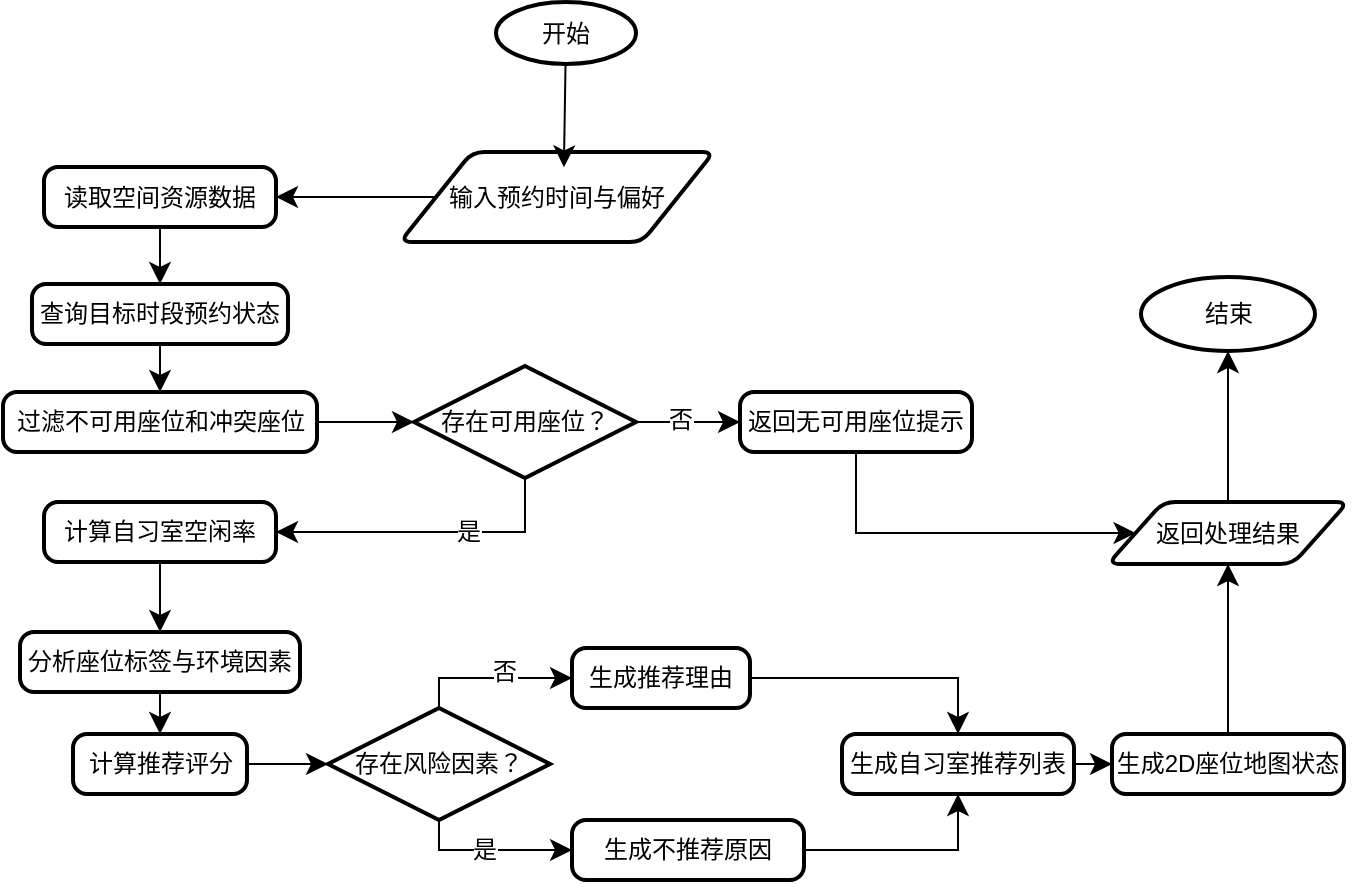
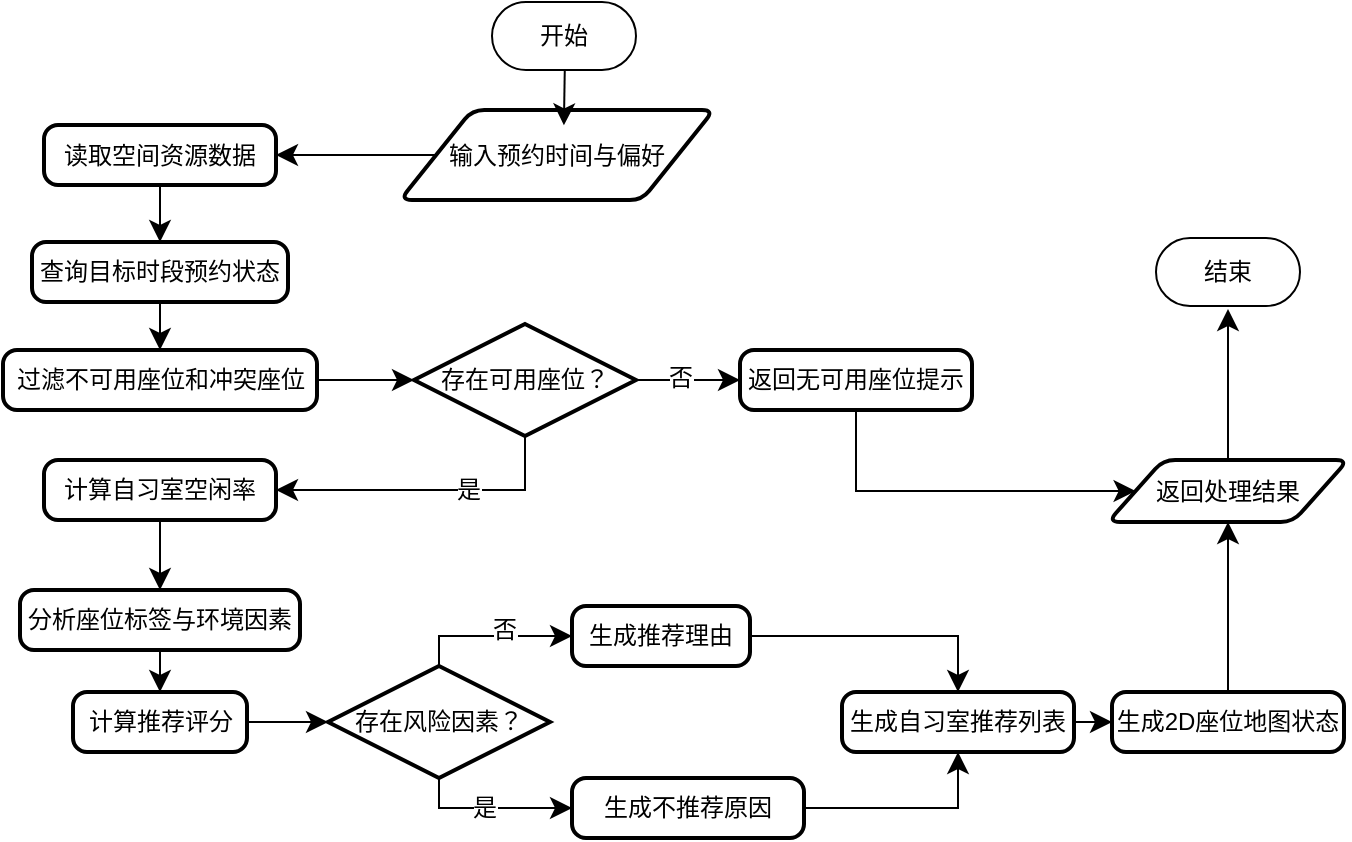
<mxfile host="app.diagrams.net">
  <diagram name="Page-1" id="vI9Sa71DtbXqG241ujqs">
-     <mxGraphModel dx="1226" dy="1658" grid="0" gridSize="10" guides="1" tooltips="1" connect="1" arrows="1" fold="1" page="0" pageScale="1" pageWidth="827" pageHeight="1169" math="0" shadow="0">
+     <mxGraphModel dx="1221" dy="980" grid="0" gridSize="10" guides="1" tooltips="1" connect="1" arrows="1" fold="1" page="0" pageScale="1" pageWidth="827" pageHeight="1169" math="0" shadow="0">
      <root>
        <mxCell id="0" />
        <mxCell id="1" parent="0" />
-         <mxCell id="TaZQv7JUgFFaDRqkGOOD-1" parent="1" style="strokeWidth=2;html=1;shape=mxgraph.flowchart.start_1;whiteSpace=wrap;" value="开始" vertex="1">
-           <mxGeometry height="31" width="70" x="86" y="-30" as="geometry" />
-         </mxCell>
        <mxCell id="TaZQv7JUgFFaDRqkGOOD-36" edge="1" parent="1" source="TaZQv7JUgFFaDRqkGOOD-2" style="edgeStyle=none;curved=1;rounded=0;orthogonalLoop=1;jettySize=auto;html=1;entryX=1;entryY=0.5;entryDx=0;entryDy=0;fontSize=12;startSize=8;endSize=8;" target="TaZQv7JUgFFaDRqkGOOD-3">
          <mxGeometry relative="1" as="geometry" />
        </mxCell>
        <mxCell id="TaZQv7JUgFFaDRqkGOOD-2" parent="1" style="shape=parallelogram;html=1;strokeWidth=2;perimeter=parallelogramPerimeter;whiteSpace=wrap;rounded=1;arcSize=12;size=0.23;" value="输入预约时间与偏好" vertex="1">
          <mxGeometry height="45" width="157" x="38" y="45" as="geometry" />
        </mxCell>
        <mxCell id="TaZQv7JUgFFaDRqkGOOD-39" edge="1" parent="1" source="TaZQv7JUgFFaDRqkGOOD-3" style="edgeStyle=none;curved=1;rounded=0;orthogonalLoop=1;jettySize=auto;html=1;fontSize=12;startSize=8;endSize=8;" target="TaZQv7JUgFFaDRqkGOOD-4">
          <mxGeometry relative="1" as="geometry" />
        </mxCell>
        <mxCell id="TaZQv7JUgFFaDRqkGOOD-3" parent="1" style="rounded=1;whiteSpace=wrap;html=1;absoluteArcSize=1;arcSize=14;strokeWidth=2;" value="读取空间资源数据" vertex="1">
          <mxGeometry height="30" width="116" x="-140" y="52.5" as="geometry" />
        </mxCell>
        <mxCell id="TaZQv7JUgFFaDRqkGOOD-4" parent="1" style="rounded=1;whiteSpace=wrap;html=1;absoluteArcSize=1;arcSize=14;strokeWidth=2;" value="查询目标时段预约状态" vertex="1">
          <mxGeometry height="30" width="128" x="-146" y="111" as="geometry" />
        </mxCell>
        <mxCell id="TaZQv7JUgFFaDRqkGOOD-5" parent="1" style="rounded=1;whiteSpace=wrap;html=1;absoluteArcSize=1;arcSize=14;strokeWidth=2;" value="过滤不可用座位和冲突座位" vertex="1">
          <mxGeometry height="30" width="157" x="-160.5" y="165" as="geometry" />
        </mxCell>
        <mxCell id="TaZQv7JUgFFaDRqkGOOD-42" edge="1" parent="1" source="TaZQv7JUgFFaDRqkGOOD-6" style="edgeStyle=orthogonalEdgeStyle;rounded=0;orthogonalLoop=1;jettySize=auto;html=1;entryX=1;entryY=0.5;entryDx=0;entryDy=0;fontSize=12;startSize=8;endSize=8;exitX=0.5;exitY=1;exitDx=0;exitDy=0;exitPerimeter=0;" target="TaZQv7JUgFFaDRqkGOOD-8">
          <mxGeometry relative="1" as="geometry" />
        </mxCell>
        <mxCell id="TaZQv7JUgFFaDRqkGOOD-45" connectable="0" parent="TaZQv7JUgFFaDRqkGOOD-42" style="edgeLabel;html=1;align=center;verticalAlign=middle;resizable=0;points=[];fontSize=12;" value="是" vertex="1">
          <mxGeometry relative="1" x="-0.3377" y="3" as="geometry">
            <mxPoint x="-6" y="-3" as="offset" />
          </mxGeometry>
        </mxCell>
        <mxCell id="TaZQv7JUgFFaDRqkGOOD-43" edge="1" parent="1" source="TaZQv7JUgFFaDRqkGOOD-6" style="edgeStyle=none;curved=1;rounded=0;orthogonalLoop=1;jettySize=auto;html=1;entryX=0;entryY=0.5;entryDx=0;entryDy=0;fontSize=12;startSize=8;endSize=8;" target="TaZQv7JUgFFaDRqkGOOD-7">
          <mxGeometry relative="1" as="geometry" />
        </mxCell>
        <mxCell id="TaZQv7JUgFFaDRqkGOOD-44" connectable="0" parent="TaZQv7JUgFFaDRqkGOOD-43" style="edgeLabel;html=1;align=center;verticalAlign=middle;resizable=0;points=[];fontSize=12;" value="否" vertex="1">
          <mxGeometry relative="1" x="-0.1795" y="1" as="geometry">
            <mxPoint as="offset" />
          </mxGeometry>
        </mxCell>
        <mxCell id="TaZQv7JUgFFaDRqkGOOD-6" parent="1" style="strokeWidth=2;html=1;shape=mxgraph.flowchart.decision;whiteSpace=wrap;" value="存在可用座位？" vertex="1">
          <mxGeometry height="56" width="111" x="45" y="152" as="geometry" />
        </mxCell>
        <mxCell id="TaZQv7JUgFFaDRqkGOOD-61" edge="1" parent="1" source="TaZQv7JUgFFaDRqkGOOD-7" style="edgeStyle=orthogonalEdgeStyle;rounded=0;orthogonalLoop=1;jettySize=auto;html=1;entryX=0;entryY=0.5;entryDx=0;entryDy=0;fontSize=12;startSize=8;endSize=8;exitX=0.5;exitY=1;exitDx=0;exitDy=0;" target="TaZQv7JUgFFaDRqkGOOD-17">
          <mxGeometry relative="1" as="geometry">
            <Array as="points">
              <mxPoint x="266" y="236" />
            </Array>
          </mxGeometry>
        </mxCell>
        <mxCell id="TaZQv7JUgFFaDRqkGOOD-7" parent="1" style="rounded=1;whiteSpace=wrap;html=1;absoluteArcSize=1;arcSize=14;strokeWidth=2;" value="返回无可用座位提示&lt;span style=&quot;color: rgba(0, 0, 0, 0); font-family: monospace; font-size: 0px; text-align: start; white-space: nowrap;&quot;&gt;%3CmxGraphModel%3E%3Croot%3E%3CmxCell%20id%3D%220%22%2F%3E%3CmxCell%20id%3D%221%22%20parent%3D%220%22%2F%3E%3CmxCell%20id%3D%222%22%20parent%3D%221%22%20style%3D%22rounded%3D1%3BwhiteSpace%3Dwrap%3Bhtml%3D1%3BabsoluteArcSize%3D1%3BarcSize%3D14%3BstrokeWidth%3D2%3B%22%20value%3D%22%E8%AF%BB%E5%8F%96%E7%A9%BA%E9%97%B4%E8%B5%84%E6%BA%90%E6%95%B0%E6%8D%AE%22%20vertex%3D%221%22%3E%3CmxGeometry%20height%3D%2230%22%20width%3D%22116%22%20x%3D%2256%22%20y%3D%22126%22%20as%3D%22geometry%22%2F%3E%3C%2FmxCell%3E%3C%2Froot%3E%3C%2FmxGraphModel%3E&lt;/span&gt;" vertex="1">
          <mxGeometry height="30" width="116" x="208" y="165" as="geometry" />
        </mxCell>
        <mxCell id="TaZQv7JUgFFaDRqkGOOD-46" edge="1" parent="1" source="TaZQv7JUgFFaDRqkGOOD-8" style="edgeStyle=none;curved=1;rounded=0;orthogonalLoop=1;jettySize=auto;html=1;fontSize=12;startSize=8;endSize=8;" target="TaZQv7JUgFFaDRqkGOOD-9">
          <mxGeometry relative="1" as="geometry" />
        </mxCell>
        <mxCell id="TaZQv7JUgFFaDRqkGOOD-8" parent="1" style="rounded=1;whiteSpace=wrap;html=1;absoluteArcSize=1;arcSize=14;strokeWidth=2;" value="计算自习室空闲率" vertex="1">
          <mxGeometry height="30" width="116" x="-140" y="220" as="geometry" />
        </mxCell>
        <mxCell id="TaZQv7JUgFFaDRqkGOOD-9" parent="1" style="rounded=1;whiteSpace=wrap;html=1;absoluteArcSize=1;arcSize=14;strokeWidth=2;" value="分析座位标签与环境因素" vertex="1">
          <mxGeometry height="30" width="140" x="-152" y="285" as="geometry" />
        </mxCell>
        <mxCell id="TaZQv7JUgFFaDRqkGOOD-10" parent="1" style="rounded=1;whiteSpace=wrap;html=1;absoluteArcSize=1;arcSize=14;strokeWidth=2;" value="计算推荐评分" vertex="1">
          <mxGeometry height="30" width="87" x="-125.5" y="336" as="geometry" />
        </mxCell>
        <mxCell id="TaZQv7JUgFFaDRqkGOOD-11" parent="1" style="strokeWidth=2;html=1;shape=mxgraph.flowchart.decision;whiteSpace=wrap;" value="存在风险因素？" vertex="1">
          <mxGeometry height="56" width="111" x="2" y="323" as="geometry" />
        </mxCell>
        <mxCell id="TaZQv7JUgFFaDRqkGOOD-57" edge="1" parent="1" source="TaZQv7JUgFFaDRqkGOOD-12" style="edgeStyle=orthogonalEdgeStyle;rounded=0;orthogonalLoop=1;jettySize=auto;html=1;entryX=0.5;entryY=1;entryDx=0;entryDy=0;fontSize=12;startSize=8;endSize=8;" target="TaZQv7JUgFFaDRqkGOOD-14">
          <mxGeometry relative="1" as="geometry" />
        </mxCell>
        <mxCell id="TaZQv7JUgFFaDRqkGOOD-12" parent="1" style="rounded=1;whiteSpace=wrap;html=1;absoluteArcSize=1;arcSize=14;strokeWidth=2;" value="生成不推荐原因" vertex="1">
          <mxGeometry height="30" width="116" x="124" y="379" as="geometry" />
        </mxCell>
        <mxCell id="TaZQv7JUgFFaDRqkGOOD-56" edge="1" parent="1" source="TaZQv7JUgFFaDRqkGOOD-13" style="edgeStyle=orthogonalEdgeStyle;rounded=0;orthogonalLoop=1;jettySize=auto;html=1;entryX=0.5;entryY=0;entryDx=0;entryDy=0;fontSize=12;startSize=8;endSize=8;" target="TaZQv7JUgFFaDRqkGOOD-14">
          <mxGeometry relative="1" as="geometry" />
        </mxCell>
        <mxCell id="TaZQv7JUgFFaDRqkGOOD-13" parent="1" style="rounded=1;whiteSpace=wrap;html=1;absoluteArcSize=1;arcSize=14;strokeWidth=2;" value="生成推荐理由" vertex="1">
          <mxGeometry height="30" width="89" x="124" y="293" as="geometry" />
        </mxCell>
        <mxCell id="TaZQv7JUgFFaDRqkGOOD-58" edge="1" parent="1" source="TaZQv7JUgFFaDRqkGOOD-14" style="edgeStyle=none;curved=1;rounded=0;orthogonalLoop=1;jettySize=auto;html=1;exitX=1;exitY=0.5;exitDx=0;exitDy=0;entryX=0;entryY=0.5;entryDx=0;entryDy=0;fontSize=12;startSize=8;endSize=8;" target="TaZQv7JUgFFaDRqkGOOD-15">
          <mxGeometry relative="1" as="geometry" />
        </mxCell>
        <mxCell id="TaZQv7JUgFFaDRqkGOOD-14" parent="1" style="rounded=1;whiteSpace=wrap;html=1;absoluteArcSize=1;arcSize=14;strokeWidth=2;" value="生成自习室推荐列表" vertex="1">
          <mxGeometry height="30" width="116" x="259" y="336" as="geometry" />
        </mxCell>
        <mxCell id="TaZQv7JUgFFaDRqkGOOD-59" edge="1" parent="1" source="TaZQv7JUgFFaDRqkGOOD-15" style="edgeStyle=none;curved=1;rounded=0;orthogonalLoop=1;jettySize=auto;html=1;exitX=0.5;exitY=0;exitDx=0;exitDy=0;fontSize=12;startSize=8;endSize=8;" target="TaZQv7JUgFFaDRqkGOOD-17">
          <mxGeometry relative="1" as="geometry" />
        </mxCell>
        <mxCell id="TaZQv7JUgFFaDRqkGOOD-15" parent="1" style="rounded=1;whiteSpace=wrap;html=1;absoluteArcSize=1;arcSize=14;strokeWidth=2;" value="生成2D座位地图状态" vertex="1">
          <mxGeometry height="30" width="116" x="394" y="336" as="geometry" />
        </mxCell>
-         <mxCell id="TaZQv7JUgFFaDRqkGOOD-60" edge="1" parent="1" source="TaZQv7JUgFFaDRqkGOOD-17" style="edgeStyle=none;curved=1;rounded=0;orthogonalLoop=1;jettySize=auto;html=1;exitX=0.5;exitY=0;exitDx=0;exitDy=0;fontSize=12;startSize=8;endSize=8;" target="TaZQv7JUgFFaDRqkGOOD-18">
-           <mxGeometry relative="1" as="geometry" />
+         <mxCell id="TaZQv7JUgFFaDRqkGOOD-60" edge="1" parent="1" source="TaZQv7JUgFFaDRqkGOOD-17" style="edgeStyle=none;curved=1;rounded=0;orthogonalLoop=1;jettySize=auto;html=1;exitX=0.5;exitY=0;exitDx=0;exitDy=0;fontSize=12;startSize=8;endSize=8;">
+           <mxGeometry relative="1" as="geometry">
+             <mxPoint x="452" y="144.5" as="targetPoint" />
+           </mxGeometry>
        </mxCell>
        <mxCell id="TaZQv7JUgFFaDRqkGOOD-17" parent="1" style="shape=parallelogram;html=1;strokeWidth=2;perimeter=parallelogramPerimeter;whiteSpace=wrap;rounded=1;arcSize=12;size=0.23;" value="返回处理结果" vertex="1">
          <mxGeometry height="31" width="120" x="392" y="220" as="geometry" />
        </mxCell>
-         <mxCell id="TaZQv7JUgFFaDRqkGOOD-18" parent="1" style="strokeWidth=2;html=1;shape=mxgraph.flowchart.start_1;whiteSpace=wrap;" value="结束" vertex="1">
-           <mxGeometry height="37" width="87" x="408.5" y="107.5" as="geometry" />
-         </mxCell>
-         <mxCell id="TaZQv7JUgFFaDRqkGOOD-19" edge="1" parent="1" source="TaZQv7JUgFFaDRqkGOOD-1" style="edgeStyle=none;curved=1;rounded=0;orthogonalLoop=1;jettySize=auto;html=1;entryX=0.522;entryY=0.17;entryDx=0;entryDy=0;entryPerimeter=0;fontSize=12;startSize=8;endSize=8;" target="TaZQv7JUgFFaDRqkGOOD-2">
-           <mxGeometry relative="1" as="geometry" />
+         <mxCell id="TaZQv7JUgFFaDRqkGOOD-19" edge="1" parent="1" style="edgeStyle=none;curved=1;rounded=0;orthogonalLoop=1;jettySize=auto;html=1;entryX=0.522;entryY=0.17;entryDx=0;entryDy=0;entryPerimeter=0;fontSize=12;startSize=8;endSize=8;" target="TaZQv7JUgFFaDRqkGOOD-2">
+           <mxGeometry relative="1" as="geometry">
+             <mxPoint x="120.75855547282208" y="1" as="sourcePoint" />
+           </mxGeometry>
        </mxCell>
        <mxCell id="TaZQv7JUgFFaDRqkGOOD-40" edge="1" parent="1" source="TaZQv7JUgFFaDRqkGOOD-4" style="endArrow=classic;html=1;rounded=0;fontSize=12;startSize=8;endSize=8;curved=1;exitX=0.5;exitY=1;exitDx=0;exitDy=0;entryX=0.5;entryY=0;entryDx=0;entryDy=0;" target="TaZQv7JUgFFaDRqkGOOD-5" value="">
          <mxGeometry height="50" relative="1" width="50" as="geometry">
            <mxPoint x="128" y="424" as="sourcePoint" />
            <mxPoint x="178" y="374" as="targetPoint" />
          </mxGeometry>
        </mxCell>
        <mxCell id="TaZQv7JUgFFaDRqkGOOD-41" edge="1" parent="1" source="TaZQv7JUgFFaDRqkGOOD-5" style="edgeStyle=none;curved=1;rounded=0;orthogonalLoop=1;jettySize=auto;html=1;entryX=0;entryY=0.5;entryDx=0;entryDy=0;entryPerimeter=0;fontSize=12;startSize=8;endSize=8;" target="TaZQv7JUgFFaDRqkGOOD-6">
          <mxGeometry relative="1" as="geometry" />
        </mxCell>
        <mxCell id="TaZQv7JUgFFaDRqkGOOD-47" edge="1" parent="1" source="TaZQv7JUgFFaDRqkGOOD-9" style="endArrow=classic;html=1;rounded=0;fontSize=12;startSize=8;endSize=8;curved=1;exitX=0.5;exitY=1;exitDx=0;exitDy=0;" target="TaZQv7JUgFFaDRqkGOOD-10" value="">
          <mxGeometry height="50" relative="1" width="50" as="geometry">
            <mxPoint x="-68" y="525" as="sourcePoint" />
            <mxPoint x="-18" y="475" as="targetPoint" />
          </mxGeometry>
        </mxCell>
        <mxCell id="TaZQv7JUgFFaDRqkGOOD-48" edge="1" parent="1" source="TaZQv7JUgFFaDRqkGOOD-10" style="edgeStyle=none;curved=1;rounded=0;orthogonalLoop=1;jettySize=auto;html=1;entryX=0;entryY=0.5;entryDx=0;entryDy=0;entryPerimeter=0;fontSize=12;startSize=8;endSize=8;" target="TaZQv7JUgFFaDRqkGOOD-11">
          <mxGeometry relative="1" as="geometry" />
        </mxCell>
        <mxCell id="TaZQv7JUgFFaDRqkGOOD-52" edge="1" parent="1" source="TaZQv7JUgFFaDRqkGOOD-12" style="edgeStyle=orthogonalEdgeStyle;rounded=0;orthogonalLoop=1;jettySize=auto;html=1;entryX=0.5;entryY=1;entryDx=0;entryDy=0;entryPerimeter=0;fontSize=12;startSize=8;endSize=8;startArrow=classic;startFill=1;endArrow=none;endFill=0;" target="TaZQv7JUgFFaDRqkGOOD-11">
          <mxGeometry relative="1" as="geometry">
            <Array as="points">
              <mxPoint x="57" y="394" />
            </Array>
          </mxGeometry>
        </mxCell>
        <mxCell id="TaZQv7JUgFFaDRqkGOOD-54" connectable="0" parent="TaZQv7JUgFFaDRqkGOOD-52" style="edgeLabel;html=1;align=center;verticalAlign=middle;resizable=0;points=[];fontSize=12;" value="是" vertex="1">
          <mxGeometry relative="1" x="0.0838" as="geometry">
            <mxPoint as="offset" />
          </mxGeometry>
        </mxCell>
        <mxCell id="TaZQv7JUgFFaDRqkGOOD-53" edge="1" parent="1" source="TaZQv7JUgFFaDRqkGOOD-13" style="edgeStyle=orthogonalEdgeStyle;rounded=0;orthogonalLoop=1;jettySize=auto;html=1;entryX=0.5;entryY=0;entryDx=0;entryDy=0;entryPerimeter=0;fontSize=12;startSize=8;endSize=8;startArrow=classic;startFill=1;endArrow=none;endFill=0;" target="TaZQv7JUgFFaDRqkGOOD-11">
          <mxGeometry relative="1" as="geometry">
            <Array as="points">
              <mxPoint x="57" y="308" />
            </Array>
          </mxGeometry>
        </mxCell>
        <mxCell id="TaZQv7JUgFFaDRqkGOOD-55" connectable="0" parent="TaZQv7JUgFFaDRqkGOOD-53" style="edgeLabel;html=1;align=center;verticalAlign=middle;resizable=0;points=[];fontSize=12;" value="否" vertex="1">
          <mxGeometry relative="1" x="-0.1616" y="-3" as="geometry">
            <mxPoint as="offset" />
          </mxGeometry>
        </mxCell>
+         <mxCell id="QxWA8lylzM3LMxwrmr1O-1" parent="1" style="rounded=1;whiteSpace=wrap;html=1;arcSize=50;" value="开始" vertex="1">
+           <mxGeometry height="34" width="72" x="84" y="-9" as="geometry" />
+         </mxCell>
+         <mxCell id="QxWA8lylzM3LMxwrmr1O-2" parent="1" style="rounded=1;whiteSpace=wrap;html=1;arcSize=50;" value="结束" vertex="1">
+           <mxGeometry height="34" width="72" x="416" y="109" as="geometry" />
+         </mxCell>
      </root>
    </mxGraphModel>
  </diagram>
</mxfile>
